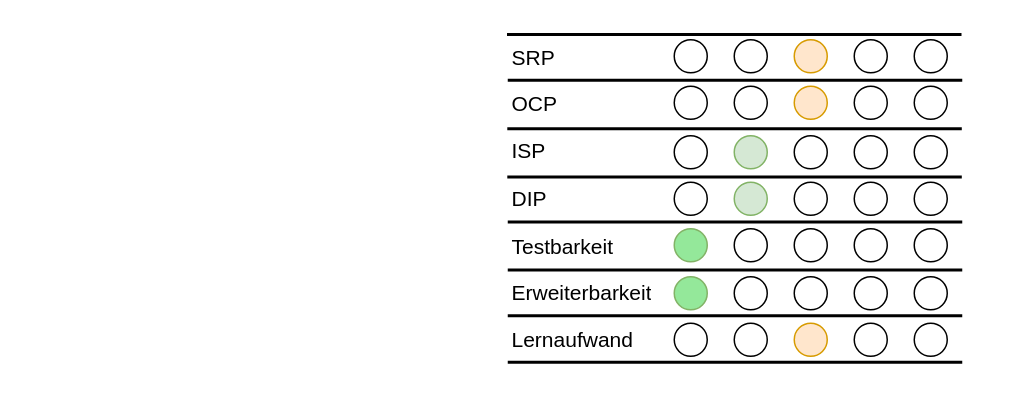
Earlier version of the draw.io diagram tex/img/HexagonaleArchitekturBewertung.drawio (xThale/Seminararbeit). Source tidied: cells renumbered, new cells numbered last; positions are measured from the earlier drawing's top-left corner, leaving out a move shared by most shapes. Both pictures are drawn from the tidied source at 150%, with x=0, y=0 at pixel (508, -194).
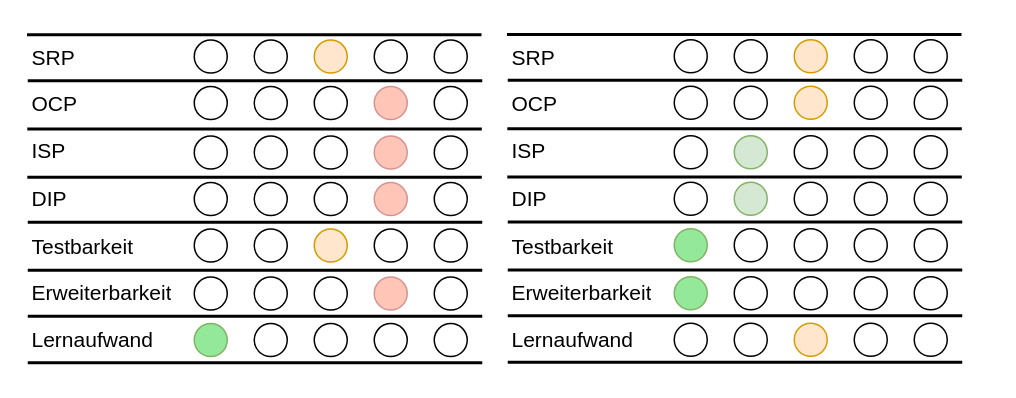
The same page after the edit.

Diff of the diagram source:
```diff
@@
+    <mxCell id="67" style="shape=table;startSize=0;childLayout=tableLayout;fontStyle=1;align=center;fontSize=18;fillColor=none;strokeColor=none;" parent="1" vertex="1">
+      <mxGeometry x="-320" y="151.2" width="320" height="220" as="geometry" />
+    </mxCell>
+    <mxCell id="68" style="shape=partialRectangle;html=1;whiteSpace=wrap;fillColor=none;top=0;left=0;bottom=0;right=0;fontSize=22;strokeColor=none;" parent="67" vertex="1">
+      <mxGeometry width="320" height="32" as="geometry" />
+    </mxCell>
+    <mxCell id="69" value="SRP" style="shape=partialRectangle;html=1;whiteSpace=wrap;fillColor=none;top=0;left=0;bottom=0;right=0;overflow=hidden;fontSize=14;align=left;" parent="68" vertex="1">
+      <mxGeometry width="100" height="32" as="geometry" />
+    </mxCell>
+    <mxCell id="70" style="shape=partialRectangle;html=1;whiteSpace=wrap;fillColor=none;top=0;left=0;bottom=0;right=0;overflow=hidden;fontSize=22;" parent="68" vertex="1">
+      <mxGeometry x="100" width="220" height="32" as="geometry" />
+    </mxCell>
+    <mxCell id="71" style="shape=partialRectangle;html=1;whiteSpace=wrap;fillColor=none;top=0;left=0;bottom=0;right=0;fontSize=22;strokeColor=none;" parent="67" vertex="1">
+      <mxGeometry y="32" width="320" height="30" as="geometry" />
+    </mxCell>
+    <mxCell id="72" value="OCP" style="shape=partialRectangle;html=1;whiteSpace=wrap;fillColor=none;top=0;left=0;bottom=0;right=0;overflow=hidden;fontSize=14;align=left;" parent="71" vertex="1">
+      <mxGeometry width="100" height="30" as="geometry" />
+    </mxCell>
+    <mxCell id="73" style="shape=partialRectangle;html=1;whiteSpace=wrap;fillColor=none;top=0;left=0;bottom=0;right=0;overflow=hidden;fontSize=22;strokeColor=default;" parent="71" vertex="1">
+      <mxGeometry x="100" width="220" height="30" as="geometry" />
+    </mxCell>
+    <mxCell id="74" style="shape=partialRectangle;html=1;whiteSpace=wrap;fillColor=none;top=0;left=0;bottom=0;right=0;fontSize=22;" parent="67" vertex="1">
+      <mxGeometry y="62" width="320" height="32" as="geometry" />
+    </mxCell>
+    <mxCell id="75" value="ISP" style="shape=partialRectangle;html=1;whiteSpace=wrap;fillColor=none;top=0;left=0;bottom=0;right=0;overflow=hidden;fontSize=14;align=left;" parent="74" vertex="1">
+      <mxGeometry width="100" height="32" as="geometry" />
+    </mxCell>
+    <mxCell id="76" style="shape=partialRectangle;html=1;whiteSpace=wrap;fillColor=none;top=0;left=0;bottom=0;right=0;overflow=hidden;fontSize=22;" parent="74" vertex="1">
+      <mxGeometry x="100" width="220" height="32" as="geometry" />
+    </mxCell>
+    <mxCell id="77" style="shape=partialRectangle;html=1;whiteSpace=wrap;fillColor=none;top=0;left=0;bottom=0;right=0;fontSize=22;" parent="67" vertex="1">
+      <mxGeometry y="94" width="320" height="32" as="geometry" />
+    </mxCell>
+    <mxCell id="78" value="DIP" style="shape=partialRectangle;html=1;whiteSpace=wrap;fillColor=none;top=0;left=0;bottom=0;right=0;overflow=hidden;fontSize=14;align=left;" parent="77" vertex="1">
+      <mxGeometry width="100" height="32" as="geometry" />
+    </mxCell>
+    <mxCell id="79" style="shape=partialRectangle;html=1;whiteSpace=wrap;fillColor=none;top=0;left=0;bottom=0;right=0;overflow=hidden;fontSize=22;" parent="77" vertex="1">
+      <mxGeometry x="100" width="220" height="32" as="geometry" />
+    </mxCell>
+    <mxCell id="80" style="shape=partialRectangle;html=1;whiteSpace=wrap;fillColor=none;top=0;left=0;bottom=0;right=0;fontSize=22;" parent="67" vertex="1">
+      <mxGeometry y="126" width="320" height="32" as="geometry" />
+    </mxCell>
+    <mxCell id="81" value="Testbarkeit" style="shape=partialRectangle;html=1;whiteSpace=wrap;fillColor=none;top=0;left=0;bottom=0;right=0;overflow=hidden;fontSize=14;align=left;strokeColor=none;" parent="80" vertex="1">
+      <mxGeometry width="100" height="32" as="geometry" />
+    </mxCell>
+    <mxCell id="82" style="shape=partialRectangle;html=1;whiteSpace=wrap;fillColor=none;top=0;left=0;bottom=0;right=0;overflow=hidden;fontSize=22;" parent="80" vertex="1">
+      <mxGeometry x="100" width="220" height="32" as="geometry" />
+    </mxCell>
+    <mxCell id="83" style="shape=partialRectangle;html=1;whiteSpace=wrap;fillColor=none;top=0;left=0;bottom=0;right=0;fontSize=22;" parent="67" vertex="1">
+      <mxGeometry y="158" width="320" height="30" as="geometry" />
+    </mxCell>
+    <mxCell id="84" value="Erweiterbarkeit" style="shape=partialRectangle;html=1;whiteSpace=wrap;fillColor=none;top=0;left=0;bottom=0;right=0;overflow=hidden;fontSize=14;align=left;" parent="83" vertex="1">
+      <mxGeometry width="100" height="30" as="geometry" />
+    </mxCell>
+    <mxCell id="85" style="shape=partialRectangle;html=1;whiteSpace=wrap;fillColor=none;top=0;left=0;bottom=0;right=0;overflow=hidden;fontSize=22;" parent="83" vertex="1">
+      <mxGeometry x="100" width="220" height="30" as="geometry" />
+    </mxCell>
+    <mxCell id="86" style="shape=partialRectangle;html=1;whiteSpace=wrap;fillColor=none;top=0;left=0;bottom=0;right=0;fontSize=22;" parent="67" vertex="1">
+      <mxGeometry y="188" width="320" height="32" as="geometry" />
+    </mxCell>
+    <mxCell id="87" value="Lernaufwand" style="shape=partialRectangle;html=1;whiteSpace=wrap;fillColor=none;top=0;left=0;bottom=0;right=0;overflow=hidden;fontSize=14;align=left;" parent="86" vertex="1">
+      <mxGeometry width="100" height="32" as="geometry" />
+    </mxCell>
+    <mxCell id="88" style="shape=partialRectangle;html=1;whiteSpace=wrap;fillColor=none;top=0;left=0;bottom=0;right=0;overflow=hidden;fontSize=22;" parent="86" vertex="1">
+      <mxGeometry x="100" width="220" height="32" as="geometry" />
+    </mxCell>
+    <mxCell id="89" style="ellipse;whiteSpace=wrap;html=1;fontSize=22;align=left;fillColor=#ffe6cc;strokeColor=#D79B00;" parent="1" vertex="1">
+      <mxGeometry x="-130" y="155.2" width="22" height="22" as="geometry" />
+    </mxCell>
+    <mxCell id="90" style="ellipse;whiteSpace=wrap;html=1;fontSize=22;align=left;fillColor=none;" parent="1" vertex="1">
+      <mxGeometry x="-50" y="155.2" width="22" height="22" as="geometry" />
+    </mxCell>
+    <mxCell id="91" style="ellipse;whiteSpace=wrap;html=1;fontSize=22;align=left;fillColor=none;" parent="1" vertex="1">
+      <mxGeometry x="-170" y="155.2" width="22" height="22" as="geometry" />
+    </mxCell>
+    <mxCell id="92" style="ellipse;whiteSpace=wrap;html=1;fontSize=22;align=left;fillColor=none;" parent="1" vertex="1">
+      <mxGeometry x="-90" y="155.2" width="22" height="22" as="geometry" />
+    </mxCell>
+    <mxCell id="93" style="ellipse;whiteSpace=wrap;html=1;fontSize=22;align=left;fillColor=none;" parent="1" vertex="1">
+      <mxGeometry x="-210" y="155.2" width="22" height="22" as="geometry" />
+    </mxCell>
+    <mxCell id="94" style="ellipse;whiteSpace=wrap;html=1;fontSize=22;align=left;fillColor=none;" parent="1" vertex="1">
+      <mxGeometry x="-130" y="186.2" width="22" height="22" as="geometry" />
+    </mxCell>
+    <mxCell id="95" style="ellipse;whiteSpace=wrap;html=1;fontSize=22;align=left;fillColor=none;" parent="1" vertex="1">
+      <mxGeometry x="-50" y="186.2" width="22" height="22" as="geometry" />
+    </mxCell>
+    <mxCell id="96" style="ellipse;whiteSpace=wrap;html=1;fontSize=22;align=left;fillColor=none;" parent="1" vertex="1">
+      <mxGeometry x="-170" y="186.2" width="22" height="22" as="geometry" />
+    </mxCell>
+    <mxCell id="97" style="ellipse;whiteSpace=wrap;html=1;fontSize=22;align=left;fillColor=#FFC6B8;strokeColor=#D79492;" parent="1" vertex="1">
+      <mxGeometry x="-90" y="186.2" width="22" height="22" as="geometry" />
+    </mxCell>
+    <mxCell id="98" style="ellipse;whiteSpace=wrap;html=1;fontSize=22;align=left;fillColor=none;" parent="1" vertex="1">
+      <mxGeometry x="-210" y="186.2" width="22" height="22" as="geometry" />
+    </mxCell>
+    <mxCell id="99" style="ellipse;whiteSpace=wrap;html=1;fontSize=22;align=left;fillColor=none;" parent="1" vertex="1">
+      <mxGeometry x="-130" y="219.2" width="22" height="22" as="geometry" />
+    </mxCell>
+    <mxCell id="100" style="ellipse;whiteSpace=wrap;html=1;fontSize=22;align=left;fillColor=none;" parent="1" vertex="1">
+      <mxGeometry x="-50" y="219.2" width="22" height="22" as="geometry" />
+    </mxCell>
+    <mxCell id="101" style="ellipse;whiteSpace=wrap;html=1;fontSize=22;align=left;fillColor=none;" parent="1" vertex="1">
+      <mxGeometry x="-170" y="219.2" width="22" height="22" as="geometry" />
+    </mxCell>
+    <mxCell id="102" style="ellipse;whiteSpace=wrap;html=1;fontSize=22;align=left;fillColor=#FFC6B8;strokeColor=#D79492;" parent="1" vertex="1">
+      <mxGeometry x="-90" y="219.2" width="22" height="22" as="geometry" />
+    </mxCell>
+    <mxCell id="103" style="ellipse;whiteSpace=wrap;html=1;fontSize=22;align=left;fillColor=none;" parent="1" vertex="1">
+      <mxGeometry x="-210" y="219.2" width="22" height="22" as="geometry" />
+    </mxCell>
+    <mxCell id="104" style="ellipse;whiteSpace=wrap;html=1;fontSize=22;align=left;fillColor=none;" parent="1" vertex="1">
+      <mxGeometry x="-130" y="250.2" width="22" height="22" as="geometry" />
+    </mxCell>
+    <mxCell id="105" style="ellipse;whiteSpace=wrap;html=1;fontSize=22;align=left;fillColor=none;" parent="1" vertex="1">
+      <mxGeometry x="-50" y="250.2" width="22" height="22" as="geometry" />
+    </mxCell>
+    <mxCell id="106" style="ellipse;whiteSpace=wrap;html=1;fontSize=22;align=left;fillColor=none;" parent="1" vertex="1">
+      <mxGeometry x="-170" y="250.2" width="22" height="22" as="geometry" />
+    </mxCell>
+    <mxCell id="107" style="ellipse;whiteSpace=wrap;html=1;fontSize=22;align=left;fillColor=#FFC6B8;strokeColor=#D79492;" parent="1" vertex="1">
+      <mxGeometry x="-90" y="250.2" width="22" height="22" as="geometry" />
+    </mxCell>
+    <mxCell id="108" style="ellipse;whiteSpace=wrap;html=1;fontSize=22;align=left;fillColor=none;" parent="1" vertex="1">
+      <mxGeometry x="-210" y="250.2" width="22" height="22" as="geometry" />
+    </mxCell>
+    <mxCell id="109" style="ellipse;whiteSpace=wrap;html=1;fontSize=22;align=left;fillColor=#ffe6cc;strokeColor=#D79B00;" parent="1" vertex="1">
+      <mxGeometry x="-130" y="281.2" width="22" height="22" as="geometry" />
+    </mxCell>
+    <mxCell id="110" style="ellipse;whiteSpace=wrap;html=1;fontSize=22;align=left;fillColor=none;" parent="1" vertex="1">
+      <mxGeometry x="-50" y="281.2" width="22" height="22" as="geometry" />
+    </mxCell>
+    <mxCell id="111" style="ellipse;whiteSpace=wrap;html=1;fontSize=22;align=left;fillColor=none;" parent="1" vertex="1">
+      <mxGeometry x="-170" y="281.2" width="22" height="22" as="geometry" />
+    </mxCell>
+    <mxCell id="112" style="ellipse;whiteSpace=wrap;html=1;fontSize=22;align=left;fillColor=none;" parent="1" vertex="1">
+      <mxGeometry x="-90" y="281.2" width="22" height="22" as="geometry" />
+    </mxCell>
+    <mxCell id="113" style="ellipse;whiteSpace=wrap;html=1;fontSize=22;align=left;fillColor=none;" parent="1" vertex="1">
+      <mxGeometry x="-210" y="281.2" width="22" height="22" as="geometry" />
+    </mxCell>
+    <mxCell id="114" style="ellipse;whiteSpace=wrap;html=1;fontSize=22;align=left;fillColor=none;" parent="1" vertex="1">
+      <mxGeometry x="-130" y="313.2" width="22" height="22" as="geometry" />
+    </mxCell>
+    <mxCell id="115" style="ellipse;whiteSpace=wrap;html=1;fontSize=22;align=left;fillColor=none;" parent="1" vertex="1">
+      <mxGeometry x="-50" y="313.2" width="22" height="22" as="geometry" />
+    </mxCell>
+    <mxCell id="116" style="ellipse;whiteSpace=wrap;html=1;fontSize=22;align=left;fillColor=none;" parent="1" vertex="1">
+      <mxGeometry x="-170" y="313.2" width="22" height="22" as="geometry" />
+    </mxCell>
+    <mxCell id="117" style="ellipse;whiteSpace=wrap;html=1;fontSize=22;align=left;fillColor=#FFC6B8;strokeColor=#D79492;" parent="1" vertex="1">
+      <mxGeometry x="-90" y="313.2" width="22" height="22" as="geometry" />
+    </mxCell>
+    <mxCell id="118" style="ellipse;whiteSpace=wrap;html=1;fontSize=22;align=left;fillColor=none;" parent="1" vertex="1">
+      <mxGeometry x="-210" y="313.2" width="22" height="22" as="geometry" />
+    </mxCell>
+    <mxCell id="119" style="ellipse;whiteSpace=wrap;html=1;fontSize=22;align=left;fillColor=none;" parent="1" vertex="1">
+      <mxGeometry x="-130" y="344.2" width="22" height="22" as="geometry" />
+    </mxCell>
+    <mxCell id="120" style="ellipse;whiteSpace=wrap;html=1;fontSize=22;align=left;fillColor=none;" parent="1" vertex="1">
+      <mxGeometry x="-50" y="344.2" width="22" height="22" as="geometry" />
+    </mxCell>
+    <mxCell id="121" style="ellipse;whiteSpace=wrap;html=1;fontSize=22;align=left;fillColor=none;" parent="1" vertex="1">
+      <mxGeometry x="-170" y="344.2" width="22" height="22" as="geometry" />
+    </mxCell>
+    <mxCell id="122" style="ellipse;whiteSpace=wrap;html=1;fontSize=22;align=left;fillColor=none;" parent="1" vertex="1">
+      <mxGeometry x="-90" y="344.2" width="22" height="22" as="geometry" />
+    </mxCell>
+    <mxCell id="123" style="ellipse;whiteSpace=wrap;html=1;fontSize=22;align=left;fillColor=#94E89A;strokeColor=#82b366;" parent="1" vertex="1">
+      <mxGeometry x="-210" y="344.2" width="22" height="22" as="geometry" />
+    </mxCell>
+    <mxCell id="124" style="line;strokeWidth=2;direction=south;html=1;rotation=90;" parent="1" vertex="1">
+      <mxGeometry x="-174.5" y="30.8" width="10" height="303" as="geometry" />
+    </mxCell>
+    <mxCell id="125" style="line;strokeWidth=2;direction=south;html=1;rotation=90;" parent="1" vertex="1">
+      <mxGeometry x="-174.8" y="63" width="10" height="303" as="geometry" />
+    </mxCell>
+    <mxCell id="126" style="line;strokeWidth=2;direction=south;html=1;rotation=90;" parent="1" vertex="1">
+      <mxGeometry x="-174.8" y="95.2" width="10" height="303" as="geometry" />
+    </mxCell>
+    <mxCell id="127" style="line;strokeWidth=2;direction=south;html=1;rotation=90;" parent="1" vertex="1">
+      <mxGeometry x="-174.5" y="125.2" width="10" height="303" as="geometry" />
+    </mxCell>
+    <mxCell id="128" style="line;strokeWidth=2;direction=south;html=1;rotation=90;" parent="1" vertex="1">
+      <mxGeometry x="-174.5" y="157.2" width="10" height="303" as="geometry" />
+    </mxCell>
+    <mxCell id="129" style="line;strokeWidth=2;direction=south;html=1;rotation=90;" parent="1" vertex="1">
+      <mxGeometry x="-174.5" y="187.8" width="10" height="303" as="geometry" />
+    </mxCell>
+    <mxCell id="130" style="line;strokeWidth=2;direction=south;html=1;rotation=90;" parent="1" vertex="1">
+      <mxGeometry x="-174.5" y="218.8" width="10" height="303" as="geometry" />
+    </mxCell>
+    <mxCell id="131" style="line;strokeWidth=2;direction=south;html=1;rotation=90;" parent="1" vertex="1">
+      <mxGeometry x="-175" y="0.2" width="10" height="303" as="geometry" />
+    </mxCell>
```
